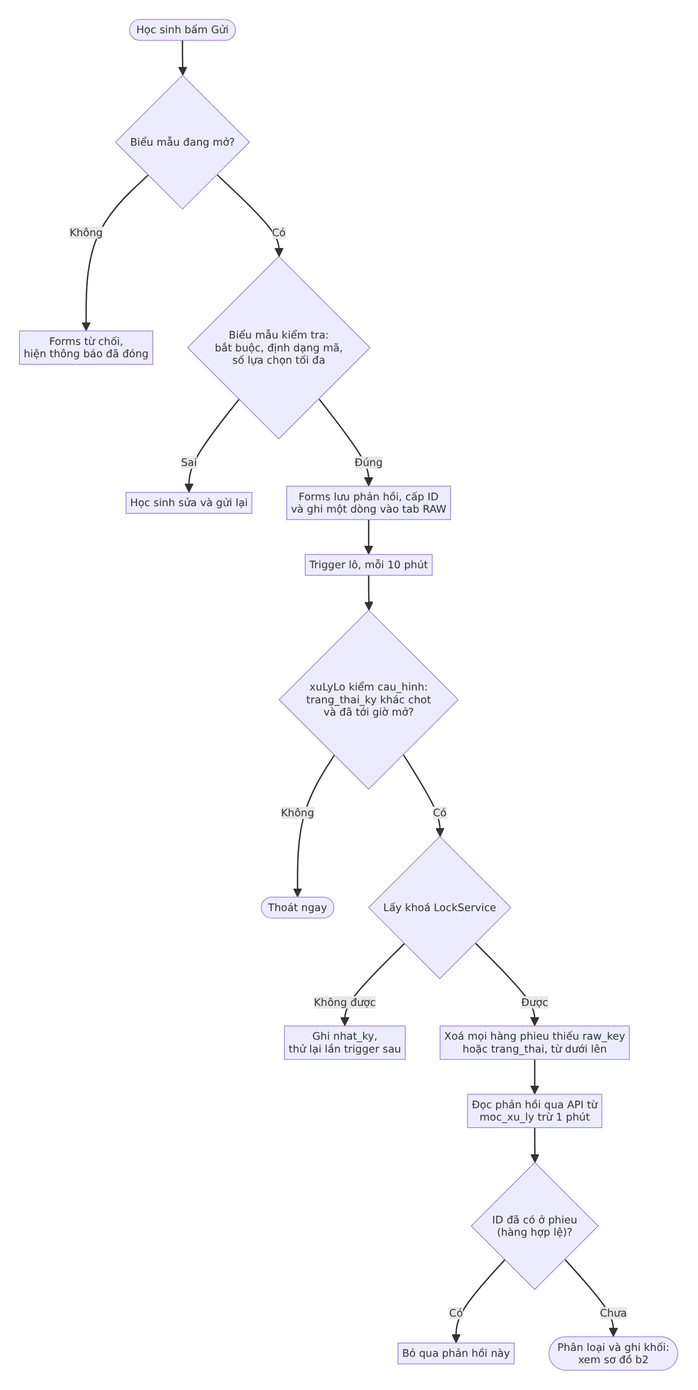
The Mermaid diagram docs/he_sinh_thai/anh/b1_nop_phieu.png in nguyenphanvantruong6969-arch/TESTING-DEV, before a commit. Its source is kept beside it as docs/he_sinh_thai/anh/b1_nop_phieu.mmd.
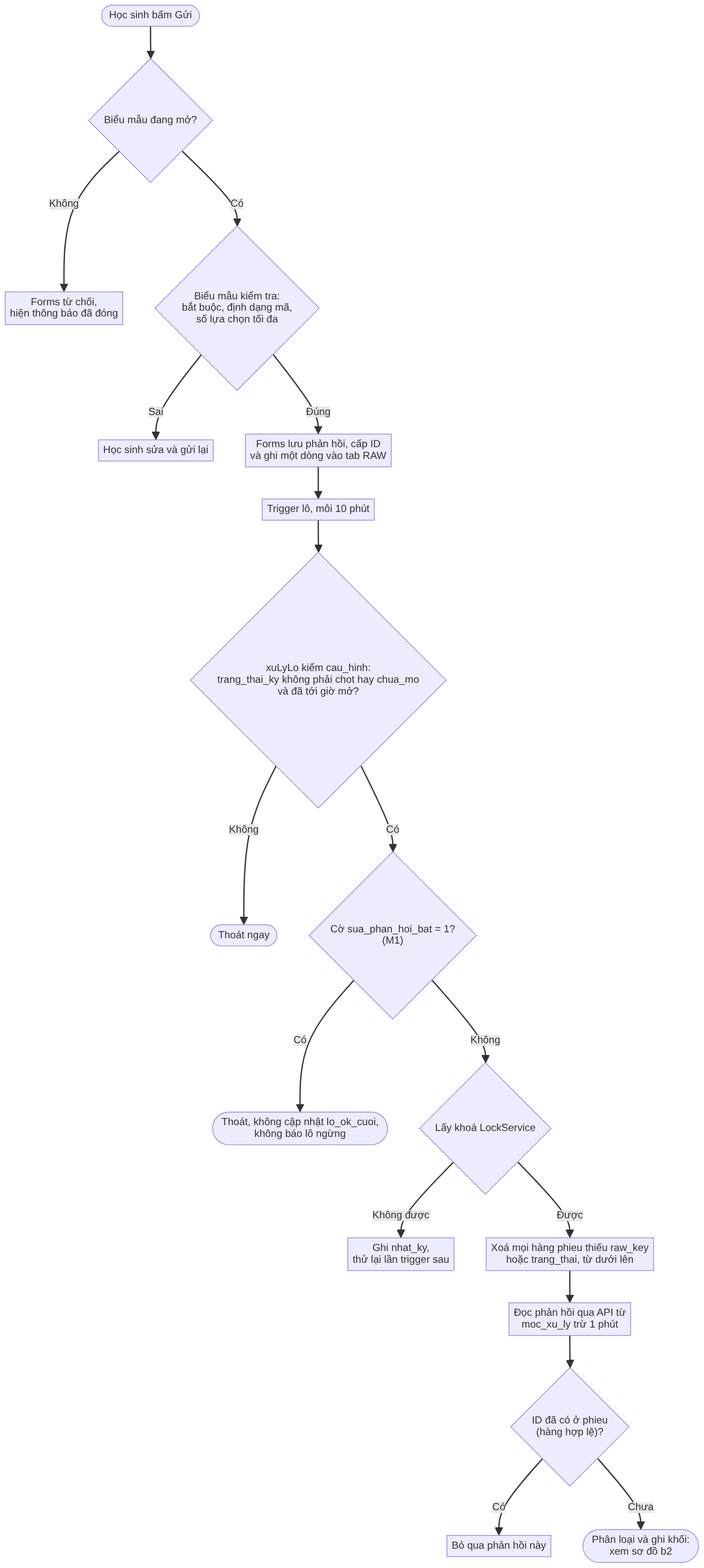
After the commit.

Diff of the diagram source:
```diff
@@ -5,9 +5,11 @@
   V1 -->|"Sai"| E1["Học sinh sửa và gửi lại"]
   V1 -->|"Đúng"| W["Forms lưu phản hồi, cấp ID<br/>và ghi một dòng vào tab RAW"]
   W --> T["Trigger lô, mỗi 10 phút"]
-  T --> G{"xuLyLo kiểm cau_hinh:<br/>trang_thai_ky khác chot<br/>và đã tới giờ mở?"}
+  T --> G{"xuLyLo kiểm cau_hinh:<br/>trang_thai_ky không phải chot hay chua_mo<br/>và đã tới giờ mở?"}
   G -->|"Không"| X1(["Thoát ngay"])
-  G -->|"Có"| L{"Lấy khoá LockService"}
+  G -->|"Có"| FL{"Cờ sua_phan_hoi_bat = 1?<br/>(M1)"}
+  FL -->|"Có"| X2(["Thoát, không cập nhật lo_ok_cuoi,<br/>không báo lô ngừng"])
+  FL -->|"Không"| L{"Lấy khoá LockService"}
   L -->|"Không được"| R1["Ghi nhat_ky,<br/>thử lại lần trigger sau"]
   L -->|"Được"| CL["Xoá mọi hàng phieu thiếu raw_key<br/>hoặc trang_thai, từ dưới lên"]
   CL --> RD["Đọc phản hồi qua API từ<br/>moc_xu_ly trừ 1 phút"]
```
